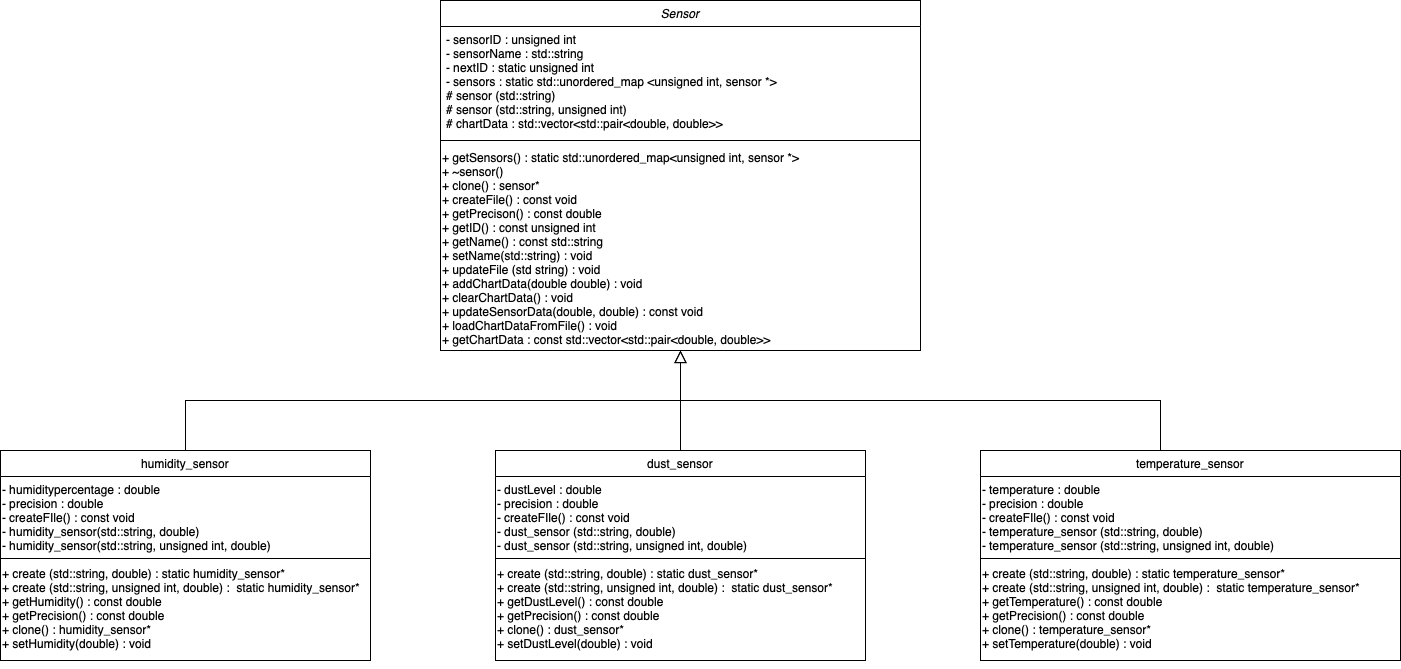
Earlier version of the draw.io export Relazione/UML.png (albertocnve1/progetto_p2). Source tidied: cells renumbered, new cells last; positions are measured from the earlier drawing's top-left corner, leaving out a move shared by most shapes.
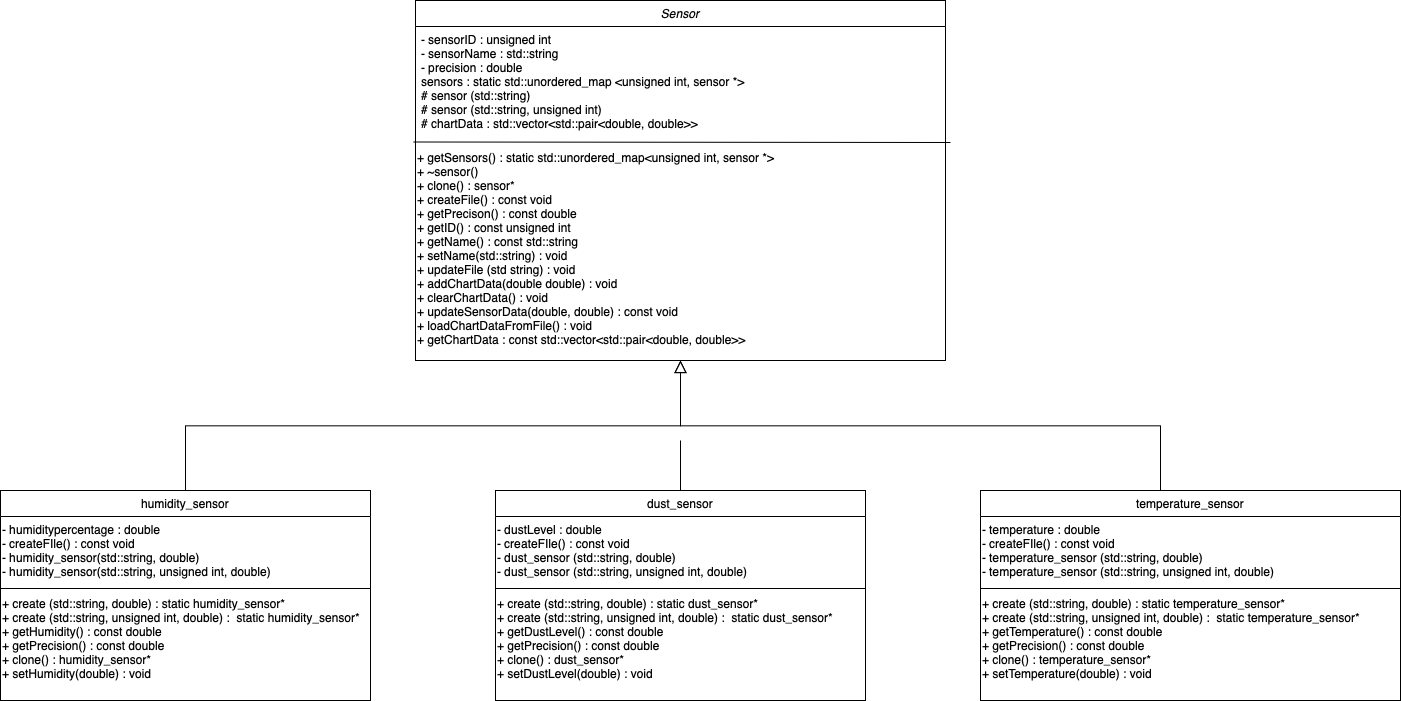
Later version of the same file.

Diff of the diagram source:
```diff
@@ -3,31 +3,25 @@
     <mxCell id="0" />
     <mxCell id="1" parent="0" />
     <mxCell id="2" value="Sensor" style="swimlane;fontStyle=2;align=center;verticalAlign=top;horizontal=1;startSize=26;rounded=0;shadow=0;strokeWidth=1;" parent="1" vertex="1">
-      <mxGeometry x="440" width="480" height="350" as="geometry" />
+      <mxGeometry x="415" y="-40" width="530" height="360" as="geometry" />
     </mxCell>
-    <mxCell id="3" value="- sensorID : unsigned int&#10;- sensorName : std::string&#10;- nextID : static unsigned int&#10;- sensors : static std::unordered_map &lt;unsigned int, sensor *&gt;&#10;# sensor (std::string)&#10;# sensor (std::string, unsigned int)&#10;# chartData : std::vector&lt;std::pair&lt;double, double&gt;&gt;&#10;&#10;" style="text;align=left;verticalAlign=top;spacingLeft=4;spacingRight=4;overflow=hidden;" parent="2" vertex="1">
-      <mxGeometry y="26" width="480" height="104" as="geometry" />
+    <mxCell id="3" value="- sensorID : unsigned int&#10;- sensorName : std::string&#10;- precision : double&#10;sensors : static std::unordered_map &lt;unsigned int, sensor *&gt;&#10;# sensor (std::string)&#10;# sensor (std::string, unsigned int)&#10;# chartData : std::vector&lt;std::pair&lt;double, double&gt;&gt;&#10;&#10;&#10;&#10;" style="text;align=left;verticalAlign=top;spacingLeft=4;spacingRight=4;overflow=hidden;" parent="2" vertex="1">
+      <mxGeometry y="26" width="530" height="104" as="geometry" />
     </mxCell>
-    <mxCell id="4" style="endArrow=none;html=1;rounded=0;" parent="2" edge="1">
-      <mxGeometry relative="1" as="geometry">
-        <mxPoint y="140" as="sourcePoint" />
-        <mxPoint x="480" y="140" as="targetPoint" />
-      </mxGeometry>
-    </mxCell>
     <mxCell id="5" value="&lt;div&gt;&lt;br&gt;&lt;/div&gt;+ getSensors() : static std::unordered_map&amp;lt;unsigned int, sensor *&amp;gt;&lt;div&gt;+ ~sensor()&lt;/div&gt;&lt;div&gt;+ clone() : sensor*&lt;/div&gt;&lt;div&gt;+ createFile() : const void&lt;/div&gt;&lt;div&gt;+ getPrecison() : const double&lt;/div&gt;&lt;div&gt;+ getID() : const unsigned int&amp;nbsp;&lt;/div&gt;&lt;div&gt;+ getName() : const std::string&lt;/div&gt;&lt;div&gt;+ setName(std::string) : void&lt;/div&gt;&lt;div&gt;+ updateFile (std string) : void&lt;/div&gt;&lt;div&gt;+ addChartData(double double) : void&lt;/div&gt;&lt;div&gt;+ clearChartData() : void&lt;/div&gt;&lt;div&gt;+ updateSensorData(double, double) : const void&amp;nbsp;&lt;/div&gt;&lt;div&gt;+&amp;nbsp;loadChartDataFromFile() : void&amp;nbsp;&lt;/div&gt;&lt;div&gt;+&amp;nbsp;getChartData : const&amp;nbsp;std::vector&amp;lt;std::pair&amp;lt;double, double&amp;gt;&amp;gt;&lt;/div&gt;" style="text;html=1;align=left;whiteSpace=wrap;rounded=0;" parent="2" vertex="1">
-      <mxGeometry y="130" width="480" height="220" as="geometry" />
+      <mxGeometry y="130" width="530" height="230" as="geometry" />
     </mxCell>
     <mxCell id="6" value="humidity_sensor" style="swimlane;fontStyle=0;align=center;verticalAlign=top;horizontal=1;startSize=26;rounded=0;shadow=0;strokeWidth=1;" parent="1" vertex="1">
       <mxGeometry y="450" width="370" height="210" as="geometry" />
     </mxCell>
-    <mxCell id="7" value="- humiditypercentage : double&lt;div&gt;- precision : double&lt;/div&gt;&lt;div&gt;- createFIle() : const void&lt;/div&gt;&lt;div style=&quot;&quot;&gt;-&amp;nbsp;&lt;span style=&quot;&quot;&gt;humidity_sensor(&lt;/span&gt;std::string, double)&lt;/div&gt;&lt;div style=&quot;&quot;&gt;-&amp;nbsp;humidity_sensor(std::string, unsigned int, double)&lt;/div&gt;" style="text;html=1;align=left;strokeColor=none;fillColor=none;" parent="6" vertex="1">
-      <mxGeometry y="26" width="370" height="80" as="geometry" />
+    <mxCell id="7" value="- humiditypercentage : double&lt;div&gt;- createFIle() : const void&lt;/div&gt;&lt;div style=&quot;&quot;&gt;-&amp;nbsp;&lt;span style=&quot;&quot;&gt;humidity_sensor(&lt;/span&gt;std::string, double)&lt;/div&gt;&lt;div style=&quot;&quot;&gt;-&amp;nbsp;humidity_sensor(std::string, unsigned int, double)&lt;/div&gt;" style="text;html=1;align=left;strokeColor=none;fillColor=none;" parent="6" vertex="1">
+      <mxGeometry y="26" width="370" height="70" as="geometry" />
     </mxCell>
     <mxCell id="8" style="line;html=1;strokeWidth=1;align=left;verticalAlign=middle;spacingTop=-1;spacingLeft=3;spacingRight=3;labelPosition=right;" parent="6" vertex="1">
-      <mxGeometry y="106" width="370" height="4" as="geometry" />
+      <mxGeometry y="96" width="370" height="4" as="geometry" />
     </mxCell>
     <mxCell id="9" value="+ create (std::string, double) : static&amp;nbsp;&lt;span style=&quot;text-align: center; white-space: nowrap;&quot;&gt;humidity_sensor*&lt;/span&gt;&lt;div&gt;+ create (std::string, unsigned int, double) : &amp;nbsp;static&amp;nbsp;&lt;span style=&quot;white-space: nowrap; text-align: center;&quot;&gt;humidity_sensor*&lt;/span&gt;&lt;/div&gt;&lt;div&gt;&lt;span style=&quot;text-align: center;&quot;&gt;&lt;span style=&quot;text-wrap: nowrap;&quot;&gt;+ getHumidity() : const double&lt;/span&gt;&lt;/span&gt;&lt;/div&gt;&lt;div&gt;&lt;span style=&quot;text-align: center;&quot;&gt;&lt;span style=&quot;text-wrap: nowrap;&quot;&gt;+ getPrecision() : const double&lt;/span&gt;&lt;/span&gt;&lt;/div&gt;&lt;div&gt;&lt;span style=&quot;text-align: center;&quot;&gt;&lt;span style=&quot;text-wrap: nowrap;&quot;&gt;+ clone() : humidity_sensor*&lt;/span&gt;&lt;/span&gt;&lt;/div&gt;&lt;div&gt;&lt;span style=&quot;text-align: center;&quot;&gt;&lt;span style=&quot;text-wrap: nowrap;&quot;&gt;+ setHumidity(double) : void&lt;/span&gt;&lt;/span&gt;&lt;/div&gt;" style="text;html=1;align=left;whiteSpace=wrap;rounded=0;" parent="6" vertex="1">
-      <mxGeometry y="110" width="370" height="100" as="geometry" />
+      <mxGeometry y="100" width="370" height="100" as="geometry" />
     </mxCell>
     <mxCell id="10" style="edgeStyle=orthogonalEdgeStyle;rounded=0;orthogonalLoop=1;jettySize=auto;html=1;exitX=0.5;exitY=1;exitDx=0;exitDy=0;" parent="6" edge="1" source="9" target="9">
       <mxGeometry relative="1" as="geometry" />
@@ -43,14 +37,14 @@
     <mxCell id="13" value="dust_sensor" style="swimlane;fontStyle=0;align=center;verticalAlign=top;horizontal=1;startSize=26;rounded=0;shadow=0;strokeWidth=1;" parent="1" vertex="1">
       <mxGeometry x="495" y="450" width="370" height="210" as="geometry" />
     </mxCell>
-    <mxCell id="14" value="- dustLevel : double&lt;div&gt;- precision : double&lt;/div&gt;&lt;div&gt;- createFIle() : const void&lt;/div&gt;&lt;div style=&quot;&quot;&gt;-&amp;nbsp;&lt;span style=&quot;text-align: center;&quot;&gt;dust_sensor&amp;nbsp;&lt;/span&gt;&lt;span style=&quot;&quot;&gt;(&lt;/span&gt;std::string, double)&lt;/div&gt;&lt;div style=&quot;&quot;&gt;-&amp;nbsp;&lt;span style=&quot;text-align: center;&quot;&gt;dust_sensor&amp;nbsp;&lt;/span&gt;(std::string, unsigned int, double)&lt;/div&gt;" style="text;html=1;align=left;strokeColor=none;fillColor=none;" parent="13" vertex="1">
-      <mxGeometry y="26" width="370" height="80" as="geometry" />
+    <mxCell id="14" value="- dustLevel : double&lt;div&gt;- createFIle() : const void&lt;/div&gt;&lt;div style=&quot;&quot;&gt;-&amp;nbsp;&lt;span style=&quot;text-align: center;&quot;&gt;dust_sensor&amp;nbsp;&lt;/span&gt;&lt;span style=&quot;&quot;&gt;(&lt;/span&gt;std::string, double)&lt;/div&gt;&lt;div style=&quot;&quot;&gt;-&amp;nbsp;&lt;span style=&quot;text-align: center;&quot;&gt;dust_sensor&amp;nbsp;&lt;/span&gt;(std::string, unsigned int, double)&lt;/div&gt;" style="text;html=1;align=left;strokeColor=none;fillColor=none;" parent="13" vertex="1">
+      <mxGeometry y="26" width="370" height="70" as="geometry" />
     </mxCell>
     <mxCell id="15" style="line;html=1;strokeWidth=1;align=left;verticalAlign=middle;spacingTop=-1;spacingLeft=3;spacingRight=3;labelPosition=right;" parent="13" vertex="1">
-      <mxGeometry y="106" width="370" height="4" as="geometry" />
+      <mxGeometry y="96" width="370" height="4" as="geometry" />
     </mxCell>
     <mxCell id="16" value="+ create (std::string, double) : static&amp;nbsp;&lt;span style=&quot;text-align: center; white-space: nowrap;&quot;&gt;dust_sensor*&lt;/span&gt;&lt;div&gt;+ create (std::string, unsigned int, double) : &amp;nbsp;static dust&lt;span style=&quot;white-space: nowrap; text-align: center;&quot;&gt;_sensor*&lt;/span&gt;&lt;/div&gt;&lt;div&gt;&lt;span style=&quot;text-align: center;&quot;&gt;&lt;span style=&quot;text-wrap: nowrap;&quot;&gt;+ getDustLevel() : const double&lt;/span&gt;&lt;/span&gt;&lt;/div&gt;&lt;div&gt;&lt;span style=&quot;text-align: center;&quot;&gt;&lt;span style=&quot;text-wrap: nowrap;&quot;&gt;+ getPrecision() : const double&lt;/span&gt;&lt;/span&gt;&lt;/div&gt;&lt;div&gt;&lt;span style=&quot;text-align: center;&quot;&gt;&lt;span style=&quot;text-wrap: nowrap;&quot;&gt;+ clone() : dust_sensor*&lt;/span&gt;&lt;/span&gt;&lt;/div&gt;&lt;div&gt;&lt;span style=&quot;text-align: center;&quot;&gt;&lt;span style=&quot;text-wrap: nowrap;&quot;&gt;+ setDustLevel(double) : void&lt;/span&gt;&lt;/span&gt;&lt;/div&gt;" style="text;html=1;align=left;whiteSpace=wrap;rounded=0;" parent="13" vertex="1">
-      <mxGeometry y="110" width="370" height="100" as="geometry" />
+      <mxGeometry y="100" width="370" height="100" as="geometry" />
     </mxCell>
     <mxCell id="17" style="edgeStyle=orthogonalEdgeStyle;rounded=0;orthogonalLoop=1;jettySize=auto;html=1;exitX=0.5;exitY=1;exitDx=0;exitDy=0;" parent="13" edge="1" source="16" target="16">
       <mxGeometry relative="1" as="geometry" />
@@ -58,14 +52,14 @@
     <mxCell id="18" value="temperature_sensor" style="swimlane;fontStyle=0;align=center;verticalAlign=top;horizontal=1;startSize=26;rounded=0;shadow=0;strokeWidth=1;" parent="1" vertex="1">
       <mxGeometry x="980" y="450" width="420" height="210" as="geometry" />
     </mxCell>
-    <mxCell id="19" value="- temperature : double&lt;div&gt;- precision : double&lt;/div&gt;&lt;div&gt;- createFIle() : const void&lt;/div&gt;&lt;div style=&quot;&quot;&gt;-&amp;nbsp;&lt;span style=&quot;text-align: center;&quot;&gt;temperature_sensor&lt;/span&gt;&lt;span style=&quot;text-align: center;&quot;&gt;&amp;nbsp;&lt;/span&gt;&lt;span style=&quot;&quot;&gt;(&lt;/span&gt;std::string, double)&lt;/div&gt;&lt;div style=&quot;&quot;&gt;-&amp;nbsp;&lt;span style=&quot;text-align: center;&quot;&gt;temperature_sensor&lt;/span&gt;&lt;span style=&quot;text-align: center;&quot;&gt;&amp;nbsp;&lt;/span&gt;(std::string, unsigned int, double)&lt;/div&gt;" style="text;html=1;align=left;strokeColor=none;fillColor=none;" parent="18" vertex="1">
-      <mxGeometry y="26" width="420" height="80" as="geometry" />
+    <mxCell id="19" value="- temperature : double&lt;div&gt;- createFIle() : const void&lt;/div&gt;&lt;div style=&quot;&quot;&gt;-&amp;nbsp;&lt;span style=&quot;text-align: center;&quot;&gt;temperature_sensor&lt;/span&gt;&lt;span style=&quot;text-align: center;&quot;&gt;&amp;nbsp;&lt;/span&gt;&lt;span style=&quot;&quot;&gt;(&lt;/span&gt;std::string, double)&lt;/div&gt;&lt;div style=&quot;&quot;&gt;-&amp;nbsp;&lt;span style=&quot;text-align: center;&quot;&gt;temperature_sensor&lt;/span&gt;&lt;span style=&quot;text-align: center;&quot;&gt;&amp;nbsp;&lt;/span&gt;(std::string, unsigned int, double)&lt;/div&gt;" style="text;html=1;align=left;strokeColor=none;fillColor=none;" parent="18" vertex="1">
+      <mxGeometry y="26" width="420" height="70" as="geometry" />
     </mxCell>
     <mxCell id="20" style="line;html=1;strokeWidth=1;align=left;verticalAlign=middle;spacingTop=-1;spacingLeft=3;spacingRight=3;labelPosition=right;" parent="18" vertex="1">
-      <mxGeometry y="106" width="420" height="4" as="geometry" />
+      <mxGeometry y="96" width="420" height="4" as="geometry" />
     </mxCell>
     <mxCell id="21" value="+ create (std::string, double) : static&amp;nbsp;&lt;span style=&quot;text-align: center; white-space: nowrap;&quot;&gt;temperature_sensor&lt;/span&gt;&lt;span style=&quot;text-align: center; white-space: nowrap;&quot;&gt;*&lt;/span&gt;&lt;div&gt;+ create (std::string, unsigned int, double) : &amp;nbsp;static&amp;nbsp;&lt;span style=&quot;text-align: center; white-space: nowrap;&quot;&gt;temperature_sensor&lt;/span&gt;&lt;span style=&quot;white-space: nowrap; text-align: center;&quot;&gt;*&lt;/span&gt;&lt;/div&gt;&lt;div&gt;&lt;span style=&quot;text-align: center;&quot;&gt;&lt;span style=&quot;text-wrap: nowrap;&quot;&gt;+ getTemperature() : const double&lt;/span&gt;&lt;/span&gt;&lt;/div&gt;&lt;div&gt;&lt;span style=&quot;text-align: center;&quot;&gt;&lt;span style=&quot;text-wrap: nowrap;&quot;&gt;+ getPrecision() : const double&lt;/span&gt;&lt;/span&gt;&lt;/div&gt;&lt;div&gt;&lt;span style=&quot;text-align: center;&quot;&gt;&lt;span style=&quot;text-wrap: nowrap;&quot;&gt;+ clone() :&amp;nbsp;&lt;/span&gt;&lt;/span&gt;&lt;span style=&quot;text-align: center; white-space: nowrap;&quot;&gt;temperature_sensor&lt;/span&gt;&lt;span style=&quot;text-align: center;&quot;&gt;&lt;span style=&quot;text-wrap: nowrap;&quot;&gt;*&lt;/span&gt;&lt;/span&gt;&lt;/div&gt;&lt;div&gt;&lt;span style=&quot;text-align: center;&quot;&gt;&lt;span style=&quot;text-wrap: nowrap;&quot;&gt;+ setTemperature(double) : void&lt;/span&gt;&lt;/span&gt;&lt;/div&gt;" style="text;html=1;align=left;whiteSpace=wrap;rounded=0;" parent="18" vertex="1">
-      <mxGeometry y="110" width="420" height="100" as="geometry" />
+      <mxGeometry y="100" width="420" height="100" as="geometry" />
     </mxCell>
     <mxCell id="22" style="edgeStyle=orthogonalEdgeStyle;rounded=0;orthogonalLoop=1;jettySize=auto;html=1;exitX=0.5;exitY=1;exitDx=0;exitDy=0;" parent="18" edge="1" source="21" target="21">
       <mxGeometry relative="1" as="geometry" />
@@ -76,5 +70,10 @@
         <mxPoint x="680" y="400" as="targetPoint" />
       </mxGeometry>
     </mxCell>
+    <mxCell id="24" style="endArrow=none;html=1;rounded=0;exitX=-0.004;exitY=0.05;exitDx=0;exitDy=0;exitPerimeter=0;" parent="1" edge="1" source="5">
+      <mxGeometry relative="1" as="geometry">
+        <mxPoint x="950" y="102" as="targetPoint" />
+      </mxGeometry>
+    </mxCell>
   </root>
 </mxGraphModel>
```
